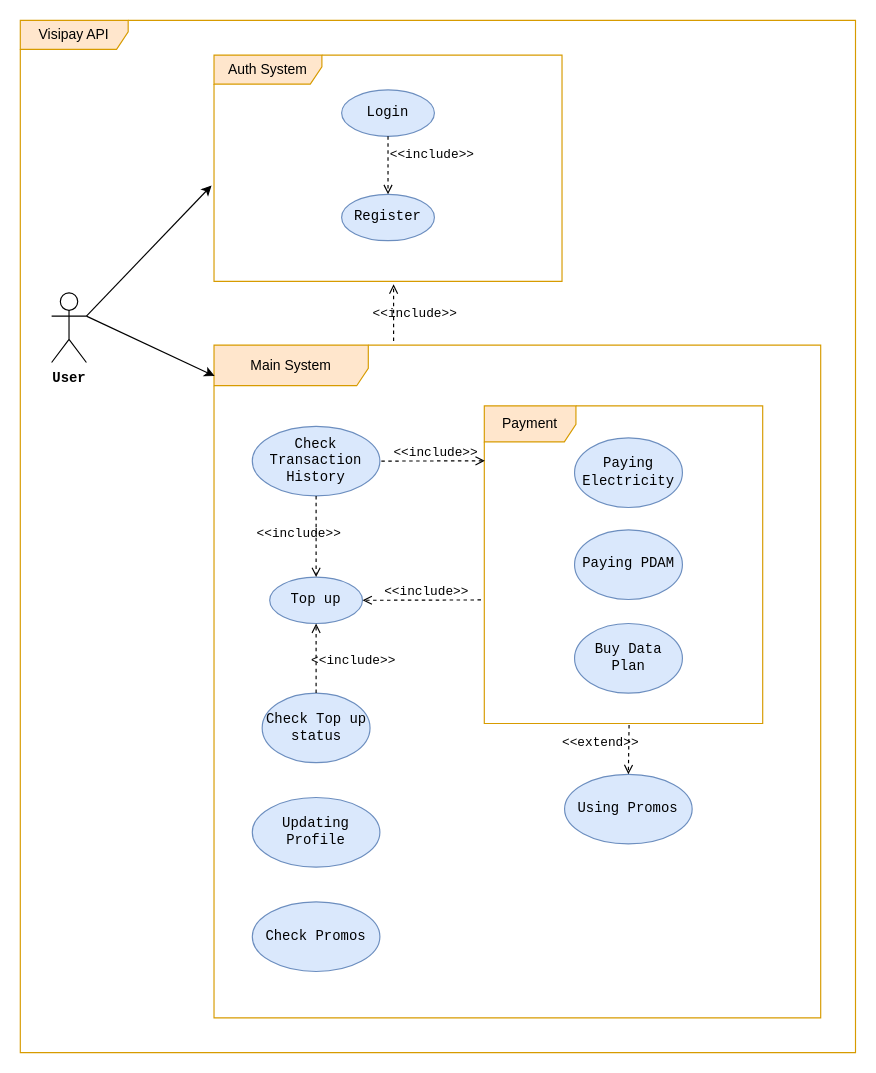
Above: page "uscase-jurnal" (2 of 2) of requirements/Use Case.drawio in foxxxesky/Final-Projects-Backend-OVO (draw.io), before the change. Source tidied: cells renumbered, new cells numbered last; positions are measured from the earlier drawing's top-left corner, leaving out a move shared by most shapes. Both pictures are drawn from the tidied source at 116%, with x=0, y=0 at pixel (20, 20).
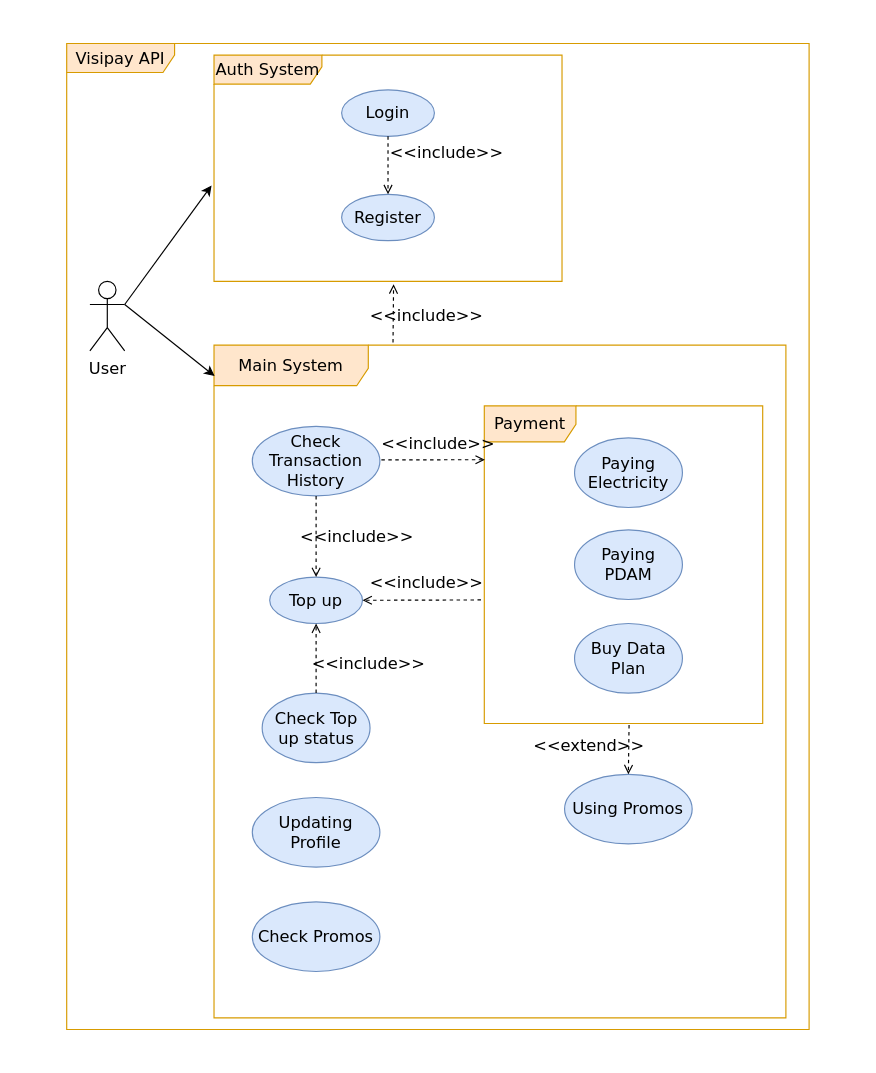
After the change.

The edit, as a diff of the source:
```diff
@@
-    <mxCell id="2" value="Visipay API" style="shape=umlFrame;whiteSpace=wrap;html=1;fillColor=#ffe6cc;strokeColor=#d79b00;width=93;height=25;" parent="1" vertex="1">
-      <mxGeometry width="720" height="890" as="geometry" />
+    <mxCell id="2" value="Visipay API" style="shape=umlFrame;whiteSpace=wrap;html=1;fillColor=#ffe6cc;strokeColor=#d79b00;width=93;height=25;fontSize=14;fontFamily=Verdana;" parent="1" vertex="1">
+      <mxGeometry x="40" y="20" width="640" height="850" as="geometry" />
     </mxCell>
-    <mxCell id="3" value="Main System" style="shape=umlFrame;whiteSpace=wrap;html=1;fillColor=#ffe6cc;strokeColor=#d79b00;width=133;height=35;" parent="1" vertex="1">
-      <mxGeometry x="167" y="280" width="523" height="580" as="geometry" />
+    <mxCell id="3" value="Main System" style="shape=umlFrame;whiteSpace=wrap;html=1;fillColor=#ffe6cc;strokeColor=#d79b00;width=133;height=35;fontSize=14;fontFamily=Verdana;" parent="1" vertex="1">
+      <mxGeometry x="167" y="280" width="493" height="580" as="geometry" />
     </mxCell>
-    <mxCell id="4" value="Payment" style="shape=umlFrame;whiteSpace=wrap;html=1;fillColor=#ffe6cc;strokeColor=#d79b00;width=79;height=31;" parent="1" vertex="1">
+    <mxCell id="4" value="Payment" style="shape=umlFrame;whiteSpace=wrap;html=1;fillColor=#ffe6cc;strokeColor=#d79b00;width=79;height=31;fontSize=14;fontFamily=Verdana;" parent="1" vertex="1">
       <mxGeometry x="400" y="332.4" width="240" height="273.8" as="geometry" />
     </mxCell>
-    <mxCell id="5" value="Auth System" style="shape=umlFrame;whiteSpace=wrap;html=1;fillColor=#ffe6cc;strokeColor=#d79b00;width=93;height=25;" parent="1" vertex="1">
+    <mxCell id="5" value="Auth System" style="shape=umlFrame;whiteSpace=wrap;html=1;fillColor=#ffe6cc;strokeColor=#d79b00;width=93;height=25;fontSize=14;fontFamily=Verdana;" parent="1" vertex="1">
       <mxGeometry x="167" y="30" width="300" height="195" as="geometry" />
     </mxCell>
-    <mxCell id="6" value="Login" style="ellipse;whiteSpace=wrap;html=1;fontFamily=Courier New;fillColor=#dae8fc;strokeColor=#6c8ebf;" parent="1" vertex="1">
+    <mxCell id="6" value="Login" style="ellipse;whiteSpace=wrap;html=1;fontFamily=Verdana;fillColor=#dae8fc;strokeColor=#6c8ebf;fontSize=14;" parent="1" vertex="1">
       <mxGeometry x="277" y="60" width="80" height="40" as="geometry" />
     </mxCell>
-    <mxCell id="7" value="Register" style="ellipse;whiteSpace=wrap;html=1;fontFamily=Courier New;fillColor=#dae8fc;strokeColor=#6c8ebf;" parent="1" vertex="1">
+    <mxCell id="7" value="Register" style="ellipse;whiteSpace=wrap;html=1;fontFamily=Verdana;fillColor=#dae8fc;strokeColor=#6c8ebf;fontSize=14;" parent="1" vertex="1">
       <mxGeometry x="277" y="150" width="80" height="40" as="geometry" />
     </mxCell>
-    <mxCell id="8" value="&amp;lt;&amp;lt;include&amp;gt;&amp;gt;" style="edgeStyle=none;html=1;endArrow=open;verticalAlign=bottom;dashed=1;labelBackgroundColor=none;fontFamily=Courier New;exitX=0.5;exitY=1;exitDx=0;exitDy=0;entryX=0.5;entryY=0;entryDx=0;entryDy=0;align=left;" parent="1" edge="1" source="6" target="7">
+    <mxCell id="8" value="&amp;lt;&amp;lt;include&amp;gt;&amp;gt;" style="edgeStyle=none;html=1;endArrow=open;verticalAlign=bottom;dashed=1;labelBackgroundColor=none;fontFamily=Verdana;exitX=0.5;exitY=1;exitDx=0;exitDy=0;entryX=0.5;entryY=0;entryDx=0;entryDy=0;align=left;fontSize=14;" parent="1" edge="1" source="6" target="7">
       <mxGeometry relative="1" as="geometry" />
     </mxCell>
-    <mxCell id="9" value="Top up" style="ellipse;whiteSpace=wrap;html=1;fontFamily=Courier New;fillColor=#dae8fc;strokeColor=#6c8ebf;" parent="1" vertex="1">
+    <mxCell id="9" value="Top up" style="ellipse;whiteSpace=wrap;html=1;fontFamily=Verdana;fillColor=#dae8fc;strokeColor=#6c8ebf;fontSize=14;" parent="1" vertex="1">
       <mxGeometry x="215" y="480" width="80" height="40" as="geometry" />
     </mxCell>
-    <mxCell id="10" value="Check Top up status" style="ellipse;whiteSpace=wrap;html=1;fontFamily=Courier New;fillColor=#dae8fc;strokeColor=#6c8ebf;" parent="1" vertex="1">
+    <mxCell id="10" value="Check Top up status" style="ellipse;whiteSpace=wrap;html=1;fontFamily=Verdana;fillColor=#dae8fc;strokeColor=#6c8ebf;fontSize=14;" parent="1" vertex="1">
       <mxGeometry x="208.5" y="580" width="93" height="60" as="geometry" />
     </mxCell>
-    <mxCell id="11" value="Updating Profile" style="ellipse;whiteSpace=wrap;html=1;fontFamily=Courier New;fillColor=#dae8fc;strokeColor=#6c8ebf;" parent="1" vertex="1">
+    <mxCell id="11" value="Updating Profile" style="ellipse;whiteSpace=wrap;html=1;fontFamily=Verdana;fillColor=#dae8fc;strokeColor=#6c8ebf;fontSize=14;" parent="1" vertex="1">
       <mxGeometry x="200" y="670" width="110" height="60" as="geometry" />
     </mxCell>
-    <mxCell id="12" style="html=1;entryX=-0.007;entryY=0.576;entryDx=0;entryDy=0;entryPerimeter=0;exitX=1;exitY=0.3333333333333333;exitDx=0;exitDy=0;exitPerimeter=0;" parent="1" edge="1" source="14" target="5">
+    <mxCell id="12" style="html=1;entryX=-0.007;entryY=0.576;entryDx=0;entryDy=0;entryPerimeter=0;exitX=1;exitY=0.3333333333333333;exitDx=0;exitDy=0;exitPerimeter=0;fontSize=14;fontFamily=Verdana;" parent="1" edge="1" source="14" target="5">
       <mxGeometry relative="1" as="geometry" />
     </mxCell>
-    <mxCell id="13" style="edgeStyle=none;html=1;entryX=0.001;entryY=0.046;entryDx=0;entryDy=0;entryPerimeter=0;exitX=1;exitY=0.3333333333333333;exitDx=0;exitDy=0;exitPerimeter=0;" parent="1" edge="1" source="14" target="3">
+    <mxCell id="13" style="edgeStyle=none;html=1;entryX=0.001;entryY=0.046;entryDx=0;entryDy=0;entryPerimeter=0;exitX=1;exitY=0.3333333333333333;exitDx=0;exitDy=0;exitPerimeter=0;fontSize=14;fontFamily=Verdana;" parent="1" edge="1" source="14" target="3">
       <mxGeometry relative="1" as="geometry" />
     </mxCell>
-    <mxCell id="14" value="User" style="shape=umlActor;html=1;verticalLabelPosition=bottom;verticalAlign=top;align=center;fontFamily=Courier New;fontStyle=1;" parent="1" vertex="1">
-      <mxGeometry x="27" y="235" width="30" height="60" as="geometry" />
+    <mxCell id="14" value="&lt;span style=&quot;font-weight: normal;&quot;&gt;User&lt;/span&gt;" style="shape=umlActor;html=1;verticalLabelPosition=bottom;verticalAlign=top;align=center;fontFamily=Verdana;fontStyle=1;fontSize=14;" parent="1" vertex="1">
+      <mxGeometry x="60" y="225" width="30" height="60" as="geometry" />
     </mxCell>
-    <mxCell id="15" value="Check Transaction History" style="ellipse;whiteSpace=wrap;html=1;fontFamily=Courier New;fillColor=#dae8fc;strokeColor=#6c8ebf;" parent="1" vertex="1">
+    <mxCell id="15" value="Check Transaction History" style="ellipse;whiteSpace=wrap;html=1;fontFamily=Verdana;fillColor=#dae8fc;strokeColor=#6c8ebf;fontSize=14;" parent="1" vertex="1">
       <mxGeometry x="200" y="350" width="110" height="60" as="geometry" />
     </mxCell>
-    <mxCell id="16" value="&amp;lt;&amp;lt;include&amp;gt;&amp;gt;" style="edgeStyle=none;html=1;endArrow=open;verticalAlign=top;dashed=1;labelBackgroundColor=none;fontFamily=Courier New;align=center;entryX=0.5;entryY=1;entryDx=0;entryDy=0;exitX=0.5;exitY=0;exitDx=0;exitDy=0;" parent="1" edge="1" source="10" target="9">
-      <mxGeometry x="0.37" y="-32" relative="1" as="geometry" />
+    <mxCell id="16" value="&amp;lt;&amp;lt;include&amp;gt;&amp;gt;" style="edgeStyle=none;html=1;endArrow=open;verticalAlign=top;dashed=1;labelBackgroundColor=none;fontFamily=Verdana;align=center;entryX=0.5;entryY=1;entryDx=0;entryDy=0;exitX=0.5;exitY=0;exitDx=0;exitDy=0;fontSize=14;" parent="1" edge="1" source="10" target="9">
+      <mxGeometry x="0.33" y="-45" relative="1" as="geometry" />
     </mxCell>
-    <mxCell id="17" value="&amp;lt;&amp;lt;include&amp;gt;&amp;gt;" style="edgeStyle=none;html=1;endArrow=open;verticalAlign=top;dashed=1;labelBackgroundColor=none;fontFamily=Courier New;align=center;entryX=0.5;entryY=0;entryDx=0;entryDy=0;exitX=0.5;exitY=1;exitDx=0;exitDy=0;" parent="1" edge="1" source="15" target="9">
-      <mxGeometry x="-0.43" y="-15" relative="1" as="geometry" />
+    <mxCell id="17" value="&amp;lt;&amp;lt;include&amp;gt;&amp;gt;" style="edgeStyle=none;html=1;endArrow=open;verticalAlign=top;dashed=1;labelBackgroundColor=none;fontFamily=Verdana;align=center;entryX=0.5;entryY=0;entryDx=0;entryDy=0;exitX=0.5;exitY=1;exitDx=0;exitDy=0;fontSize=14;" parent="1" edge="1" source="15" target="9">
+      <mxGeometry x="-0.43" y="35" relative="1" as="geometry" />
     </mxCell>
-    <mxCell id="18" value="Paying Electricity" style="ellipse;whiteSpace=wrap;html=1;fontFamily=Courier New;fillColor=#dae8fc;strokeColor=#6c8ebf;" parent="1" vertex="1">
+    <mxCell id="18" value="Paying Electricity" style="ellipse;whiteSpace=wrap;html=1;fontFamily=Verdana;fillColor=#dae8fc;strokeColor=#6c8ebf;fontSize=14;" parent="1" vertex="1">
       <mxGeometry x="477.8" y="360" width="93" height="60" as="geometry" />
     </mxCell>
-    <mxCell id="19" value="Paying PDAM" style="ellipse;whiteSpace=wrap;html=1;fontFamily=Courier New;fillColor=#dae8fc;strokeColor=#6c8ebf;" parent="1" vertex="1">
+    <mxCell id="19" value="Paying PDAM" style="ellipse;whiteSpace=wrap;html=1;fontFamily=Verdana;fillColor=#dae8fc;strokeColor=#6c8ebf;fontSize=14;" parent="1" vertex="1">
       <mxGeometry x="477.8" y="439.3" width="93" height="60" as="geometry" />
     </mxCell>
-    <mxCell id="20" value="Buy Data Plan" style="ellipse;whiteSpace=wrap;html=1;fontFamily=Courier New;fillColor=#dae8fc;strokeColor=#6c8ebf;" parent="1" vertex="1">
+    <mxCell id="20" value="Buy Data Plan" style="ellipse;whiteSpace=wrap;html=1;fontFamily=Verdana;fillColor=#dae8fc;strokeColor=#6c8ebf;fontSize=14;" parent="1" vertex="1">
       <mxGeometry x="477.8" y="520" width="93" height="60" as="geometry" />
     </mxCell>
-    <mxCell id="21" value="&amp;lt;&amp;lt;include&amp;gt;&amp;gt;" style="edgeStyle=none;html=1;endArrow=open;verticalAlign=top;dashed=1;labelBackgroundColor=none;fontFamily=Courier New;align=center;entryX=0.516;entryY=1.013;entryDx=0;entryDy=0;exitX=0.296;exitY=-0.006;exitDx=0;exitDy=0;entryPerimeter=0;exitPerimeter=0;" parent="1" edge="1" source="3" target="5">
-      <mxGeometry x="0.53" y="-18" relative="1" as="geometry" />
+    <mxCell id="21" value="&amp;lt;&amp;lt;include&amp;gt;&amp;gt;" style="edgeStyle=none;html=1;endArrow=open;verticalAlign=top;dashed=1;labelBackgroundColor=none;fontFamily=Verdana;align=center;entryX=0.516;entryY=1.013;entryDx=0;entryDy=0;exitX=0.313;exitY=-0.004;exitDx=0;exitDy=0;entryPerimeter=0;exitPerimeter=0;fontSize=14;" parent="1" edge="1" source="3" target="5">
+      <mxGeometry x="0.51" y="-28" relative="1" as="geometry" />
     </mxCell>
-    <mxCell id="22" value="&amp;lt;&amp;lt;include&amp;gt;&amp;gt;" style="edgeStyle=none;html=1;endArrow=open;verticalAlign=top;dashed=1;labelBackgroundColor=none;fontFamily=Courier New;align=center;entryX=1;entryY=0.5;entryDx=0;entryDy=0;exitX=-0.012;exitY=0.611;exitDx=0;exitDy=0;exitPerimeter=0;" parent="1" edge="1" source="4" target="9">
-      <mxGeometry x="-0.08" y="-20" relative="1" as="geometry" />
+    <mxCell id="22" value="&amp;lt;&amp;lt;include&amp;gt;&amp;gt;" style="edgeStyle=none;html=1;endArrow=open;verticalAlign=top;dashed=1;labelBackgroundColor=none;fontFamily=Verdana;align=center;entryX=1;entryY=0.5;entryDx=0;entryDy=0;exitX=-0.012;exitY=0.611;exitDx=0;exitDy=0;exitPerimeter=0;fontSize=14;" parent="1" edge="1" source="4" target="9">
+      <mxGeometry x="-0.08" y="-30" relative="1" as="geometry" />
     </mxCell>
-    <mxCell id="23" value="&amp;lt;&amp;lt;include&amp;gt;&amp;gt;" style="edgeStyle=none;html=1;endArrow=none;verticalAlign=top;dashed=1;labelBackgroundColor=none;fontFamily=Courier New;align=center;entryX=1;entryY=0.5;entryDx=0;entryDy=0;exitX=0.002;exitY=0.173;exitDx=0;exitDy=0;exitPerimeter=0;startArrow=open;startFill=0;endFill=0;" parent="1" edge="1" source="4" target="15">
-      <mxGeometry x="-0.08" y="-20" relative="1" as="geometry" />
+    <mxCell id="23" value="&amp;lt;&amp;lt;include&amp;gt;&amp;gt;" style="edgeStyle=none;html=1;endArrow=none;verticalAlign=top;dashed=1;labelBackgroundColor=none;fontFamily=Verdana;align=center;entryX=1;entryY=0.5;entryDx=0;entryDy=0;exitX=0.002;exitY=0.173;exitDx=0;exitDy=0;exitPerimeter=0;startArrow=open;startFill=0;endFill=0;fontSize=14;" parent="1" edge="1">
+      <mxGeometry x="-0.11" y="-29" relative="1" as="geometry">
+        <mxPoint x="400.5" y="378.8" as="sourcePoint" />
+        <mxPoint x="310" y="379" as="targetPoint" />
+      </mxGeometry>
     </mxCell>
-    <mxCell id="24" value="Check Promos" style="ellipse;whiteSpace=wrap;html=1;fontFamily=Courier New;fillColor=#dae8fc;strokeColor=#6c8ebf;" parent="1" vertex="1">
+    <mxCell id="24" value="Check Promos" style="ellipse;whiteSpace=wrap;html=1;fontFamily=Verdana;fillColor=#dae8fc;strokeColor=#6c8ebf;fontSize=14;" parent="1" vertex="1">
       <mxGeometry x="200" y="760" width="110" height="60" as="geometry" />
     </mxCell>
-    <mxCell id="25" value="Using Promos" style="ellipse;whiteSpace=wrap;html=1;fontFamily=Courier New;fillColor=#dae8fc;strokeColor=#6c8ebf;" parent="1" vertex="1">
+    <mxCell id="25" value="Using Promos" style="ellipse;whiteSpace=wrap;html=1;fontFamily=Verdana;fillColor=#dae8fc;strokeColor=#6c8ebf;fontSize=14;" parent="1" vertex="1">
       <mxGeometry x="469.2" y="650" width="110" height="60" as="geometry" />
     </mxCell>
-    <mxCell id="26" value="&amp;lt;&amp;lt;extend&amp;gt;&amp;gt;" style="edgeStyle=none;html=1;endArrow=open;verticalAlign=top;dashed=1;labelBackgroundColor=none;fontFamily=Courier New;align=center;entryX=0.5;entryY=0;entryDx=0;entryDy=0;exitX=0.52;exitY=1.005;exitDx=0;exitDy=0;exitPerimeter=0;" parent="1" edge="1" source="4" target="25">
-      <mxGeometry x="-0.87" y="-25" relative="1" as="geometry" />
+    <mxCell id="26" value="&amp;lt;&amp;lt;extend&amp;gt;&amp;gt;" style="edgeStyle=none;html=1;endArrow=open;verticalAlign=top;dashed=1;labelBackgroundColor=none;fontFamily=Verdana;align=center;entryX=0.5;entryY=0;entryDx=0;entryDy=0;exitX=0.52;exitY=1.005;exitDx=0;exitDy=0;exitPerimeter=0;fontSize=14;" parent="1" edge="1" source="4" target="25">
+      <mxGeometry x="-0.87" y="-35" relative="1" as="geometry" />
     </mxCell>
```
